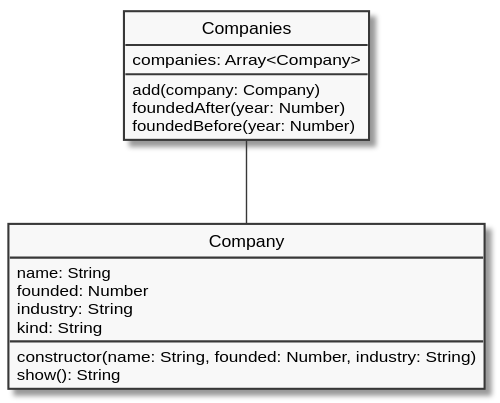
Above: ecma/object/assets/object-company-collection.svg in ifpb/javascript-guide (PlantUML), before the change.
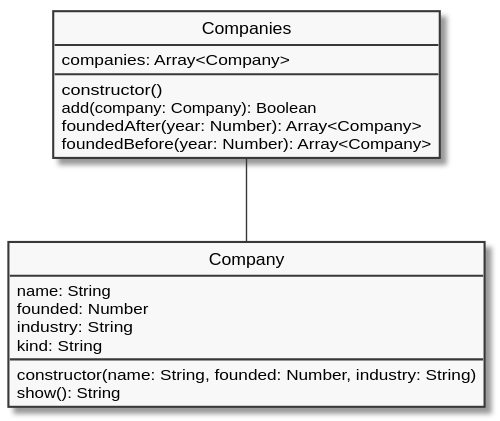
The same file after the commit.

Commit message:
updating object charts

Change to the diagram source:
```diff
@@ -14,9 +14,10 @@
 
 class Companies {
   companies: Array<Company>
-  add(company: Company)
-  foundedAfter(year: Number)
-  foundedBefore(year: Number)
+  constructor()
+  add(company: Company): Boolean
+  foundedAfter(year: Number): Array<Company>
+  foundedBefore(year: Number): Array<Company>
 }
 
 Companies -- Company
```
